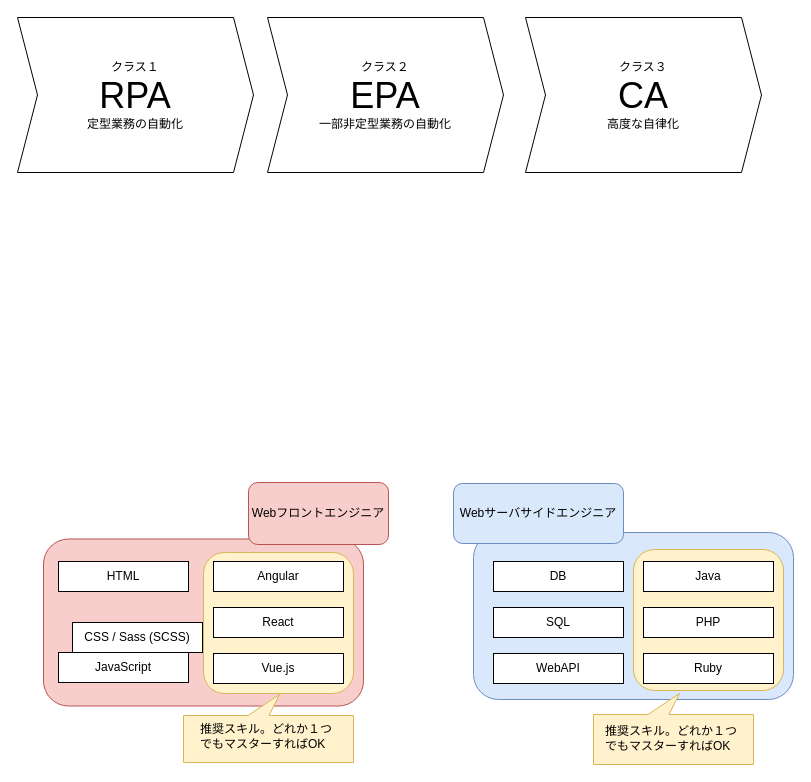
This is AI*RPA*DESKTOP.drawio from furugen/Drawio, a draw.io file, before an edit. Source tidied: cells renumbered, new cells numbered last; positions are measured from the earlier drawing's top-left corner, leaving out a move shared by most shapes. Both pictures are drawn from the tidied source at 100%, with x=0, y=0 at pixel (17, 17).
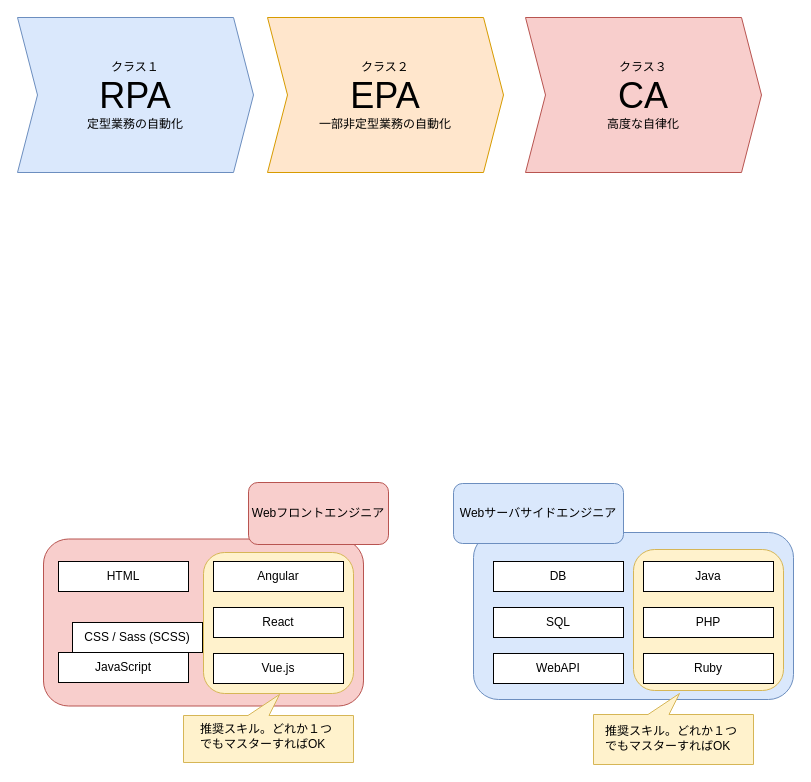
The same page after the edit.

Diff of the diagram source:
```diff
@@
-    <mxCell id="25" value="クラス１&lt;br&gt;&lt;font style=&quot;font-size: 36px&quot;&gt;RPA&lt;/font&gt;&lt;br&gt;定型業務の自動化" style="shape=step;perimeter=stepPerimeter;whiteSpace=wrap;html=1;fixedSize=1;" parent="1" vertex="1">
+    <mxCell id="25" value="クラス１&lt;br&gt;&lt;font style=&quot;font-size: 36px&quot;&gt;RPA&lt;/font&gt;&lt;br&gt;定型業務の自動化" style="shape=step;perimeter=stepPerimeter;whiteSpace=wrap;html=1;fixedSize=1;fillColor=#dae8fc;strokeColor=#6c8ebf;" parent="1" vertex="1">
       <mxGeometry width="236" height="155" as="geometry" />
     </mxCell>
-    <mxCell id="26" value="クラス２&lt;br&gt;&lt;font style=&quot;font-size: 36px&quot;&gt;EPA&lt;/font&gt;&lt;br&gt;一部非定型業務の自動化" style="shape=step;perimeter=stepPerimeter;whiteSpace=wrap;html=1;fixedSize=1;" parent="1" vertex="1">
+    <mxCell id="26" value="クラス２&lt;br&gt;&lt;font style=&quot;font-size: 36px&quot;&gt;EPA&lt;/font&gt;&lt;br&gt;一部非定型業務の自動化" style="shape=step;perimeter=stepPerimeter;whiteSpace=wrap;html=1;fixedSize=1;fillColor=#ffe6cc;strokeColor=#d79b00;" parent="1" vertex="1">
       <mxGeometry x="250" width="236" height="155" as="geometry" />
     </mxCell>
-    <mxCell id="27" value="クラス３&lt;br&gt;&lt;font style=&quot;font-size: 36px&quot;&gt;CA&lt;/font&gt;&lt;br&gt;高度な自律化" style="shape=step;perimeter=stepPerimeter;whiteSpace=wrap;html=1;fixedSize=1;" parent="1" vertex="1">
+    <mxCell id="27" value="クラス３&lt;br&gt;&lt;font style=&quot;font-size: 36px&quot;&gt;CA&lt;/font&gt;&lt;br&gt;高度な自律化" style="shape=step;perimeter=stepPerimeter;whiteSpace=wrap;html=1;fixedSize=1;fillColor=#f8cecc;strokeColor=#b85450;" parent="1" vertex="1">
       <mxGeometry x="508" width="236" height="155" as="geometry" />
     </mxCell>
```
